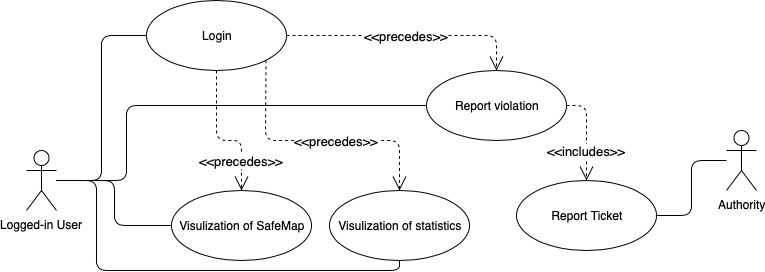
The draw.io diagram RASD2/Images/Diagrams/UseCaseUser.png in adrianomundo/FaddaMundoRota, before a commit. Source tidied: cells renumbered, new cells last; positions are measured from the earlier drawing's top-left corner, leaving out a move shared by most shapes. Its diagram source:
```xml
<mxGraphModel>
  <root>
    <mxCell id="0" />
    <mxCell id="1" parent="0" />
    <mxCell id="2" value="Logged-in User" style="shape=umlActor;verticalLabelPosition=bottom;labelBackgroundColor=#ffffff;verticalAlign=top;html=1;outlineConnect=0;fillColor=#FFFFFF;" parent="1" vertex="1">
      <mxGeometry y="150" width="30" height="60" as="geometry" />
    </mxCell>
    <mxCell id="3" value="Login" style="ellipse;whiteSpace=wrap;html=1;fillColor=#FFFFFF;" parent="1" vertex="1">
      <mxGeometry x="120" width="140" height="70" as="geometry" />
    </mxCell>
    <mxCell id="4" style="endArrow=none;html=1;edgeStyle=orthogonalEdgeStyle;entryX=0;entryY=0.5;entryDx=0;entryDy=0;" parent="1" edge="1" source="2" target="3">
      <mxGeometry relative="1" as="geometry" />
    </mxCell>
    <mxCell id="5" style="html=1;align=left;verticalAlign=bottom;labelBackgroundColor=#ffffff;fontSize=10;" parent="4" vertex="1">
      <mxGeometry x="-1" relative="1" as="geometry" />
    </mxCell>
    <mxCell id="6" style="html=1;align=right;verticalAlign=bottom;labelBackgroundColor=#ffffff;fontSize=10;" parent="4" vertex="1">
      <mxGeometry x="1" relative="1" as="geometry" />
    </mxCell>
    <mxCell id="7" value="Report violation" style="ellipse;whiteSpace=wrap;html=1;fillColor=#FFFFFF;" parent="1" vertex="1">
      <mxGeometry x="400" y="70" width="140" height="70" as="geometry" />
    </mxCell>
    <mxCell id="8" value="&lt;font style=&quot;font-size: 13px&quot;&gt;&amp;lt;&amp;lt;precedes&amp;gt;&amp;gt;&lt;/font&gt;" style="endArrow=open;endSize=12;dashed=1;html=1;exitX=1;exitY=0.5;exitDx=0;exitDy=0;entryX=0.5;entryY=0;entryDx=0;entryDy=0;" parent="1" edge="1" source="3" target="7">
      <mxGeometry x="-0.02" relative="1" as="geometry">
        <Array as="points">
          <mxPoint x="470" y="35" />
        </Array>
      </mxGeometry>
    </mxCell>
    <mxCell id="9" style="endArrow=none;html=1;edgeStyle=orthogonalEdgeStyle;entryX=0;entryY=0.5;entryDx=0;entryDy=0;" parent="1" edge="1" target="7">
      <mxGeometry relative="1" as="geometry">
        <mxPoint x="30" y="180" as="sourcePoint" />
        <Array as="points">
          <mxPoint x="100" y="180" />
          <mxPoint x="100" y="105" />
        </Array>
      </mxGeometry>
    </mxCell>
    <mxCell id="10" style="html=1;align=left;verticalAlign=bottom;labelBackgroundColor=#ffffff;fontSize=10;" parent="9" vertex="1">
      <mxGeometry x="-1" relative="1" as="geometry" />
    </mxCell>
    <mxCell id="11" style="html=1;align=right;verticalAlign=bottom;labelBackgroundColor=#ffffff;fontSize=10;" parent="9" vertex="1">
      <mxGeometry x="1" relative="1" as="geometry" />
    </mxCell>
    <mxCell id="12" value="Visulization of SafeMap" style="ellipse;whiteSpace=wrap;html=1;fillColor=#FFFFFF;" parent="1" vertex="1">
      <mxGeometry x="145" y="190" width="140" height="70" as="geometry" />
    </mxCell>
    <mxCell id="13" style="endArrow=none;html=1;edgeStyle=orthogonalEdgeStyle;entryX=0;entryY=0.5;entryDx=0;entryDy=0;" parent="1" edge="1" target="12">
      <mxGeometry relative="1" as="geometry">
        <mxPoint x="30" y="180" as="sourcePoint" />
      </mxGeometry>
    </mxCell>
    <mxCell id="14" style="html=1;align=left;verticalAlign=bottom;labelBackgroundColor=#ffffff;fontSize=10;" parent="13" vertex="1">
      <mxGeometry x="-1" relative="1" as="geometry" />
    </mxCell>
    <mxCell id="15" style="html=1;align=right;verticalAlign=bottom;labelBackgroundColor=#ffffff;fontSize=10;" parent="13" vertex="1">
      <mxGeometry x="1" relative="1" as="geometry" />
    </mxCell>
    <mxCell id="16" value="&lt;font style=&quot;font-size: 13px&quot;&gt;&amp;lt;&amp;lt;precedes&amp;gt;&amp;gt;&lt;/font&gt;" style="endArrow=open;endSize=12;dashed=1;html=1;exitX=0.5;exitY=1;exitDx=0;exitDy=0;entryX=0.5;entryY=0;entryDx=0;entryDy=0;" parent="1" edge="1" source="3" target="12">
      <mxGeometry x="0.59" relative="1" as="geometry">
        <Array as="points">
          <mxPoint x="190" y="140" />
          <mxPoint x="215" y="140" />
        </Array>
      </mxGeometry>
    </mxCell>
    <mxCell id="17" value="Report Ticket" style="ellipse;whiteSpace=wrap;html=1;fillColor=#FFFFFF;" parent="1" vertex="1">
      <mxGeometry x="490" y="180" width="140" height="70" as="geometry" />
    </mxCell>
    <mxCell id="18" value="&lt;font style=&quot;font-size: 13px&quot;&gt;&amp;lt;&amp;lt;includes&amp;gt;&amp;gt;&lt;/font&gt;" style="endArrow=open;endSize=12;dashed=1;html=1;entryX=0.5;entryY=0;entryDx=0;entryDy=0;exitX=1;exitY=0.5;exitDx=0;exitDy=0;" parent="1" edge="1" source="7" target="17">
      <mxGeometry x="0.37" relative="1" as="geometry">
        <Array as="points">
          <mxPoint x="560" y="105" />
        </Array>
      </mxGeometry>
    </mxCell>
    <mxCell id="19" value="Authority" style="shape=umlActor;verticalLabelPosition=bottom;labelBackgroundColor=#ffffff;verticalAlign=top;html=1;fillColor=#FFFFFF;" parent="1" vertex="1">
      <mxGeometry x="700" y="130" width="30" height="60" as="geometry" />
    </mxCell>
    <mxCell id="20" style="endArrow=none;html=1;edgeStyle=orthogonalEdgeStyle;entryX=1;entryY=0.5;entryDx=0;entryDy=0;" parent="1" edge="1" target="17">
      <mxGeometry relative="1" as="geometry">
        <mxPoint x="700" y="160" as="sourcePoint" />
      </mxGeometry>
    </mxCell>
    <mxCell id="21" style="html=1;align=left;verticalAlign=bottom;labelBackgroundColor=#ffffff;fontSize=10;" parent="20" vertex="1">
      <mxGeometry x="-1" relative="1" as="geometry" />
    </mxCell>
    <mxCell id="22" style="html=1;align=right;verticalAlign=bottom;labelBackgroundColor=#ffffff;fontSize=10;" parent="20" vertex="1">
      <mxGeometry x="1" relative="1" as="geometry" />
    </mxCell>
    <mxCell id="23" value="Visulization of statistics" style="ellipse;whiteSpace=wrap;html=1;fillColor=#FFFFFF;" parent="1" vertex="1">
      <mxGeometry x="303" y="190" width="140" height="70" as="geometry" />
    </mxCell>
    <mxCell id="24" value="&lt;font style=&quot;font-size: 13px&quot;&gt;&amp;lt;&amp;lt;precedes&amp;gt;&amp;gt;&lt;/font&gt;" style="endArrow=open;endSize=12;dashed=1;html=1;exitX=1;exitY=1;exitDx=0;exitDy=0;entryX=0.5;entryY=0;entryDx=0;entryDy=0;" parent="1" edge="1" source="3" target="23">
      <mxGeometry x="0.14" relative="1" as="geometry">
        <Array as="points">
          <mxPoint x="239" y="140" />
          <mxPoint x="373" y="140" />
        </Array>
      </mxGeometry>
    </mxCell>
    <mxCell id="25" style="endArrow=none;html=1;edgeStyle=orthogonalEdgeStyle;entryX=0.5;entryY=1;entryDx=0;entryDy=0;" parent="1" edge="1" target="23">
      <mxGeometry relative="1" as="geometry">
        <mxPoint x="30" y="180" as="sourcePoint" />
        <Array as="points">
          <mxPoint x="70" y="180" />
          <mxPoint x="70" y="270" />
          <mxPoint x="373" y="270" />
        </Array>
      </mxGeometry>
    </mxCell>
    <mxCell id="26" style="html=1;align=left;verticalAlign=bottom;labelBackgroundColor=#ffffff;fontSize=10;" parent="25" vertex="1">
      <mxGeometry x="-1" relative="1" as="geometry" />
    </mxCell>
    <mxCell id="27" style="html=1;align=right;verticalAlign=bottom;labelBackgroundColor=#ffffff;fontSize=10;" parent="25" vertex="1">
      <mxGeometry x="1" relative="1" as="geometry" />
    </mxCell>
  </root>
</mxGraphModel>
```
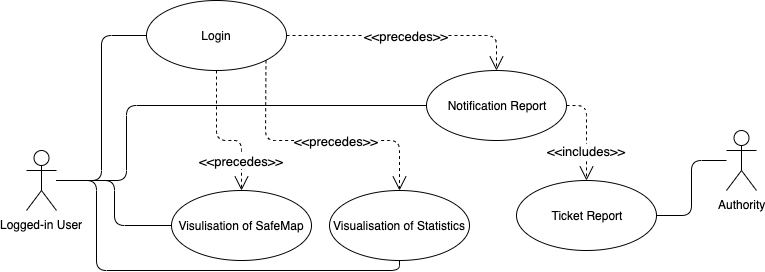
After the commit.

Diff of the diagram source:
```diff
@@ -17,7 +17,7 @@
     <mxCell id="6" style="html=1;align=right;verticalAlign=bottom;labelBackgroundColor=#ffffff;fontSize=10;" parent="4" vertex="1">
       <mxGeometry x="1" relative="1" as="geometry" />
     </mxCell>
-    <mxCell id="7" value="Report violation" style="ellipse;whiteSpace=wrap;html=1;fillColor=#FFFFFF;" parent="1" vertex="1">
+    <mxCell id="7" value="Notification Report" style="ellipse;whiteSpace=wrap;html=1;fillColor=#FFFFFF;" parent="1" vertex="1">
       <mxGeometry x="400" y="70" width="140" height="70" as="geometry" />
     </mxCell>
     <mxCell id="8" value="&lt;font style=&quot;font-size: 13px&quot;&gt;&amp;lt;&amp;lt;precedes&amp;gt;&amp;gt;&lt;/font&gt;" style="endArrow=open;endSize=12;dashed=1;html=1;exitX=1;exitY=0.5;exitDx=0;exitDy=0;entryX=0.5;entryY=0;entryDx=0;entryDy=0;" parent="1" edge="1" source="3" target="7">
@@ -42,7 +42,7 @@
     <mxCell id="11" style="html=1;align=right;verticalAlign=bottom;labelBackgroundColor=#ffffff;fontSize=10;" parent="9" vertex="1">
       <mxGeometry x="1" relative="1" as="geometry" />
     </mxCell>
-    <mxCell id="12" value="Visulization of SafeMap" style="ellipse;whiteSpace=wrap;html=1;fillColor=#FFFFFF;" parent="1" vertex="1">
+    <mxCell id="12" value="Visulisation of SafeMap" style="ellipse;whiteSpace=wrap;html=1;fillColor=#FFFFFF;" parent="1" vertex="1">
       <mxGeometry x="145" y="190" width="140" height="70" as="geometry" />
     </mxCell>
     <mxCell id="13" style="endArrow=none;html=1;edgeStyle=orthogonalEdgeStyle;entryX=0;entryY=0.5;entryDx=0;entryDy=0;" parent="1" edge="1" target="12">
@@ -64,7 +64,7 @@
         </Array>
       </mxGeometry>
     </mxCell>
-    <mxCell id="17" value="Report Ticket" style="ellipse;whiteSpace=wrap;html=1;fillColor=#FFFFFF;" parent="1" vertex="1">
+    <mxCell id="17" value="Ticket Report" style="ellipse;whiteSpace=wrap;html=1;fillColor=#FFFFFF;" parent="1" vertex="1">
       <mxGeometry x="490" y="180" width="140" height="70" as="geometry" />
     </mxCell>
     <mxCell id="18" value="&lt;font style=&quot;font-size: 13px&quot;&gt;&amp;lt;&amp;lt;includes&amp;gt;&amp;gt;&lt;/font&gt;" style="endArrow=open;endSize=12;dashed=1;html=1;entryX=0.5;entryY=0;entryDx=0;entryDy=0;exitX=1;exitY=0.5;exitDx=0;exitDy=0;" parent="1" edge="1" source="7" target="17">
@@ -88,7 +88,7 @@
     <mxCell id="22" style="html=1;align=right;verticalAlign=bottom;labelBackgroundColor=#ffffff;fontSize=10;" parent="20" vertex="1">
       <mxGeometry x="1" relative="1" as="geometry" />
     </mxCell>
-    <mxCell id="23" value="Visulization of statistics" style="ellipse;whiteSpace=wrap;html=1;fillColor=#FFFFFF;" parent="1" vertex="1">
+    <mxCell id="23" value="Visualisation of Statistics" style="ellipse;whiteSpace=wrap;html=1;fillColor=#FFFFFF;" parent="1" vertex="1">
       <mxGeometry x="303" y="190" width="140" height="70" as="geometry" />
     </mxCell>
     <mxCell id="24" value="&lt;font style=&quot;font-size: 13px&quot;&gt;&amp;lt;&amp;lt;precedes&amp;gt;&amp;gt;&lt;/font&gt;" style="endArrow=open;endSize=12;dashed=1;html=1;exitX=1;exitY=1;exitDx=0;exitDy=0;entryX=0.5;entryY=0;entryDx=0;entryDy=0;" parent="1" edge="1" source="3" target="23">
```
